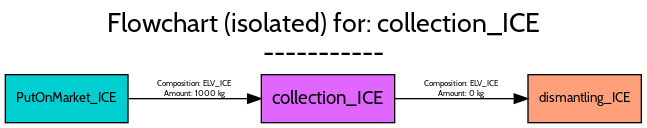
The Graphviz diagram src/futuram/examples/ELV/figures/flowcharts/processes/png/collection_ICE.png in FutuRaM-Project/Recovery-Model, before a commit. Its source is kept beside it as src/futuram/examples/ELV/figures/flowcharts/processes/dot/collection_ICE.dot.
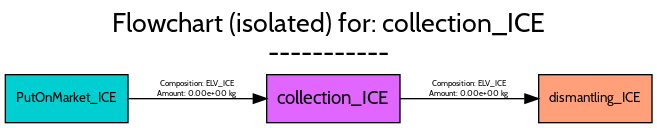
The same diagram one commit later.

Diff of the diagram source:
```diff
@@ -1,5 +1,5 @@
 digraph {
-	graph [bb="0,0,477,88",
+	graph [bb="0,0,485,88",
 		font=Cabin,
 		fontname=Cabin,
 		fontsize=20,
@@ -8,7 +8,7 @@
 		labeljust=c,
 		labelloc=tc,
 		lheight=0.61,
-		lp="238.5,62",
+		lp="242.5,62",
 		lwidth=4.51,
 		nodesep=0.6,
 		rankdir=LR,
@@ -19,7 +19,7 @@
 		fontname=Cabin,
 		fontsize=14,
 		height=0.5,
-		pos="242,18",
+		pos="246,18",
 		shape=box,
 		style=filled,
 		width=1.3889];
@@ -27,7 +27,7 @@
 		fontname=Cabin,
 		fontsize=10,
 		height=0.5,
-		pos="434.5,18",
+		pos="442.5,18",
 		shape=box,
 		style=filled,
 		width=1.1806];
@@ -35,9 +35,9 @@
 		fontname=Cabin,
 		fontsize=6,
 		label="Composition: ELV_ICE
-Amount: 0 kg",
-		lp="342,25",
-		pos="e,391.71,18 292.06,18 319.43,18 353.51,18 381.37,18"];
+Amount: 0.00e+00 kg",
+		lp="348,25",
+		pos="e,399.69,18 296.08,18 324.55,18 360.38,18 389.35,18"];
 	PutOnMarket_ICE	[fillcolor=darkturquoise,
 		fontname=Cabin,
 		fontsize=10,
@@ -50,7 +50,7 @@
 		fontname=Cabin,
 		fontsize=6,
 		label="Composition: ELV_ICE
-Amount: 1000 kg",
-		lp="142,25",
-		pos="e,191.72,18 92.484,18 119.02,18 152.79,18 181.43,18"];
+Amount: 0.00e+00 kg",
+		lp="144,25",
+		pos="e,195.98,18 92.425,18 120.1,18 155.77,18 185.67,18"];
 }
```
